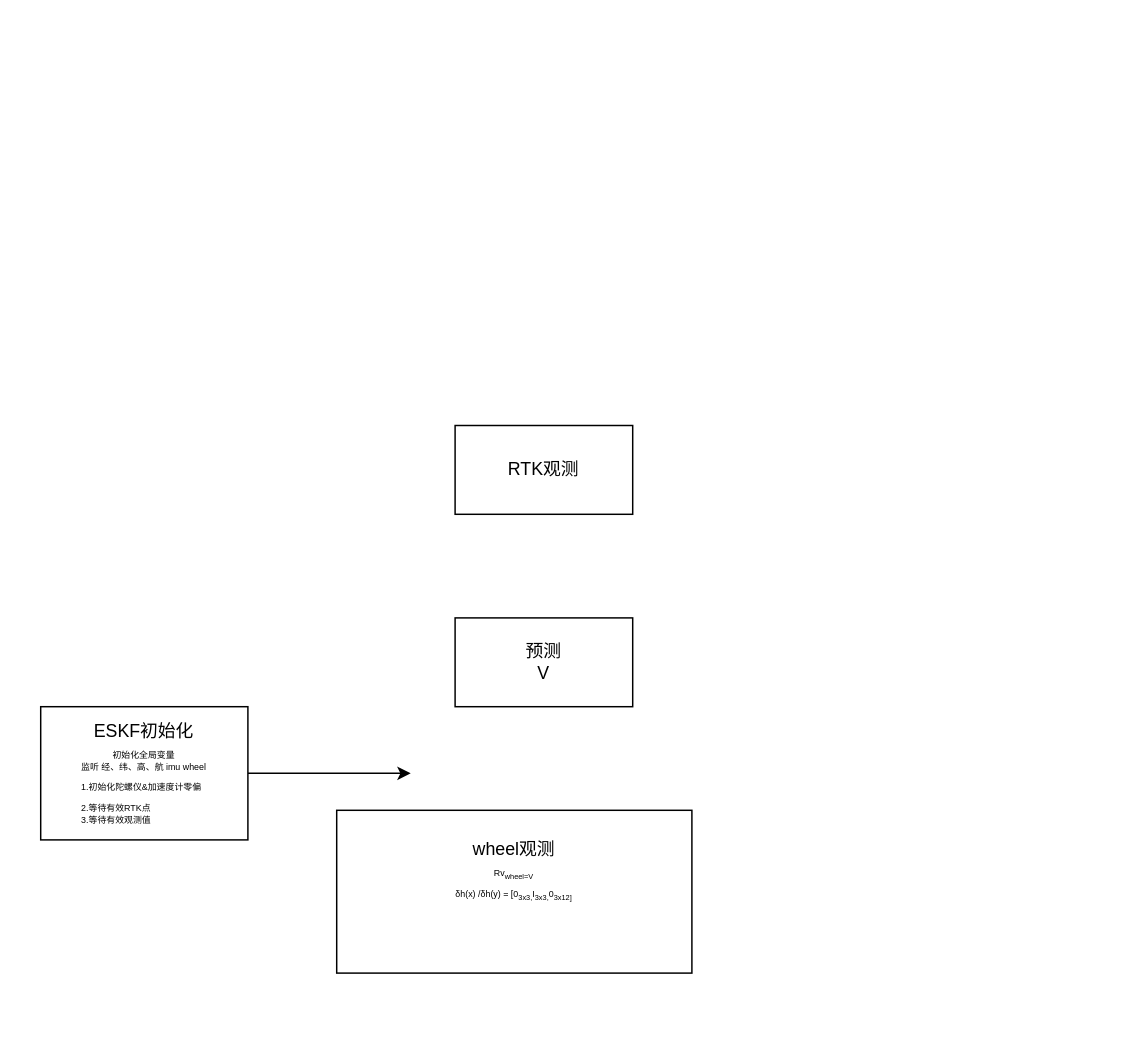
wqqhao123/cmake-demo keeps this draw.io diagram as Untitled Diagram.drawio. Above is the earlier version. Source tidied: cells renumbered, new cells numbered last; positions are measured from the earlier drawing's top-left corner, leaving out a move shared by most shapes. Both pictures are drawn from the tidied source at 148%, with x=0, y=0 at pixel (40, 425).
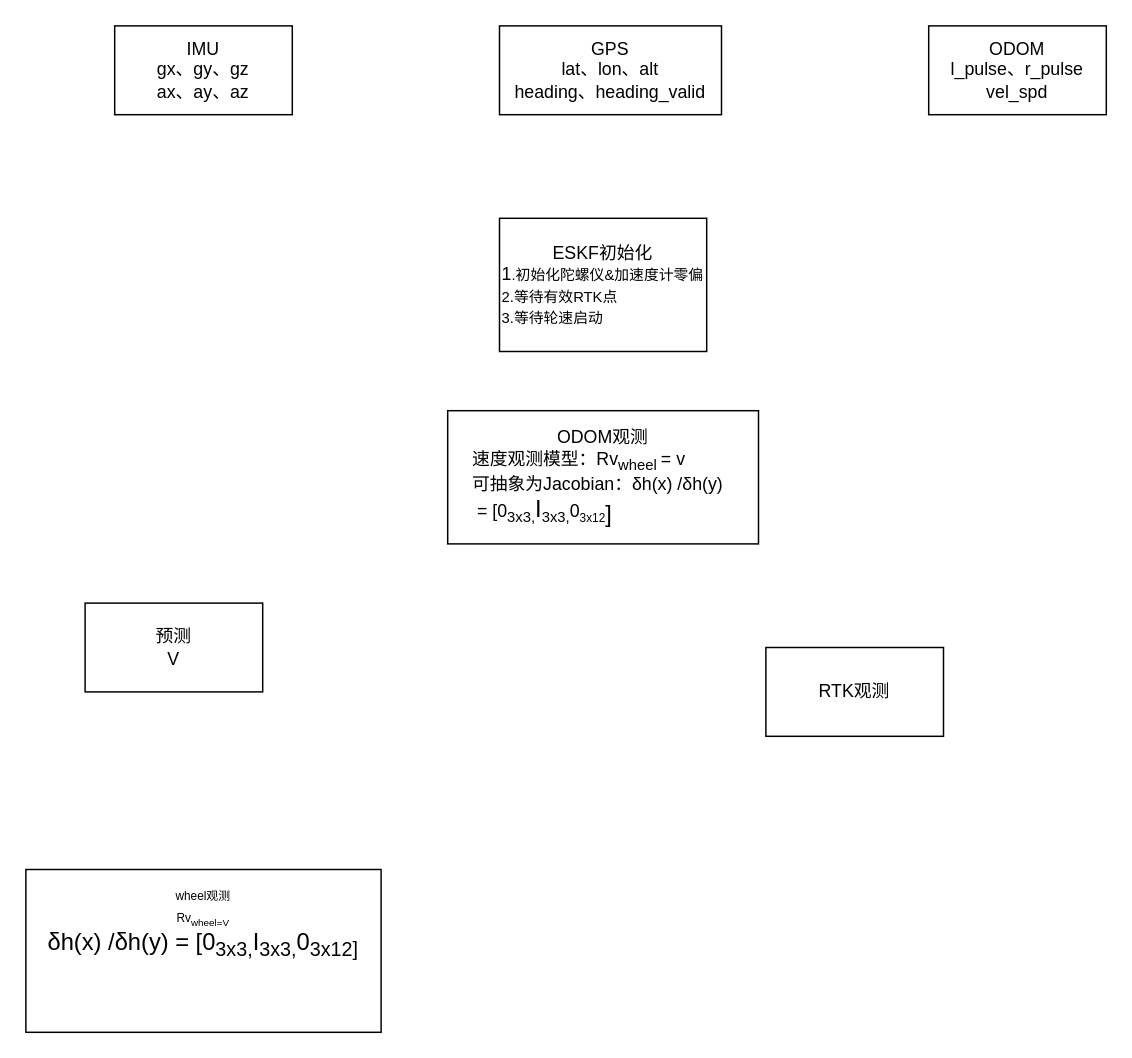
Above is the later version.

What changed in the source:
```diff
@@
 <mxGraphModel>
   <root>
     <mxCell id="0" />
     <mxCell id="1" parent="0" />
     <mxCell id="2" value="预测&lt;br&gt;V" style="rounded=0;whiteSpace=wrap;html=1;" parent="1" vertex="1">
-      <mxGeometry x="280" y="130" width="120" height="60" as="geometry" />
+      <mxGeometry x="30" y="120" width="120" height="60" as="geometry" />
     </mxCell>
     <mxCell id="3" value="RTK观测&lt;br&gt;" style="rounded=0;whiteSpace=wrap;html=1;" parent="1" vertex="1">
-      <mxGeometry x="280" width="120" height="60" as="geometry" />
+      <mxGeometry x="490" y="150" width="120" height="60" as="geometry" />
     </mxCell>
-    <mxCell id="4" value="wheel观测&lt;br&gt;&lt;font style=&quot;font-size: 6px;&quot;&gt;Rv&lt;sub&gt;wheel=V&lt;br&gt;&lt;/sub&gt;&lt;/font&gt;&lt;font style=&quot;font-size: 6px;&quot;&gt;δh(x) /δh(y) = [0&lt;sub&gt;3x3,&lt;/sub&gt;I&lt;sub style=&quot;border-color: var(--border-color);&quot;&gt;3x3,&lt;/sub&gt;&lt;span style=&quot;border-color: var(--border-color);&quot;&gt;0&lt;sub style=&quot;vertical-align: sub; border-color: var(--border-color);&quot;&gt;3x12&lt;/sub&gt;&lt;sub&gt;]&lt;/sub&gt;&lt;br&gt;&lt;/span&gt;&lt;sub&gt;&lt;br&gt;&lt;/sub&gt;&lt;br&gt;&lt;/font&gt;" style="rounded=0;whiteSpace=wrap;html=1;" parent="1" vertex="1">
-      <mxGeometry x="200" y="260" width="240" height="110" as="geometry" />
+    <mxCell id="4" value="&lt;font style=&quot;font-size: 8px;&quot;&gt;wheel观测&lt;br&gt;&lt;font style=&quot;&quot;&gt;Rv&lt;sub&gt;wheel=V&lt;br&gt;&lt;/sub&gt;&lt;/font&gt;&lt;/font&gt;&lt;font style=&quot;&quot;&gt;&lt;font size=&quot;3&quot;&gt;δh(x) /δh(y) = [0&lt;sub style=&quot;&quot;&gt;3x3,&lt;/sub&gt;I&lt;sub style=&quot;border-color: var(--border-color);&quot;&gt;3x3,&lt;/sub&gt;&lt;span style=&quot;border-color: var(--border-color);&quot;&gt;0&lt;sub style=&quot;vertical-align: sub; border-color: var(--border-color);&quot;&gt;3x12&lt;/sub&gt;&lt;sub&gt;]&lt;/sub&gt;&lt;br&gt;&lt;/span&gt;&lt;sub style=&quot;&quot;&gt;&lt;br&gt;&lt;/sub&gt;&lt;/font&gt;&lt;br&gt;&lt;/font&gt;" style="rounded=0;whiteSpace=wrap;html=1;" parent="1" vertex="1">
+      <mxGeometry x="-10" y="300" width="240" height="110" as="geometry" />
     </mxCell>
-    <mxCell id="5" style="edgeStyle=orthogonalEdgeStyle;rounded=0;jettySize=auto;html=1;" parent="1" edge="1" source="6">
-      <mxGeometry relative="1" as="geometry">
-        <mxPoint x="250" y="235" as="targetPoint" />
-      </mxGeometry>
-    </mxCell>
-    <mxCell id="6" value="ESKF初始化&lt;br&gt;&lt;font style=&quot;font-size: 6px;&quot;&gt;初始化全局变量&lt;br&gt;&lt;div style=&quot;text-align: left;&quot;&gt;&lt;span style=&quot;background-color: initial;&quot;&gt;监听 经、纬、高、航 imu wheel&lt;/span&gt;&lt;/div&gt;&lt;/font&gt;&lt;div style=&quot;text-align: left;&quot;&gt;&lt;font style=&quot;background-color: initial; font-size: 6px;&quot;&gt;1&lt;/font&gt;&lt;font style=&quot;background-color: initial;&quot;&gt;&lt;font style=&quot;font-size: 6px;&quot;&gt;.初始化陀螺仪&amp;amp;加速度计零偏&lt;/font&gt;&lt;/font&gt;&lt;/div&gt;&lt;font style=&quot;&quot;&gt;&lt;div style=&quot;text-align: left;&quot;&gt;&lt;span style=&quot;font-size: 6px; background-color: initial;&quot;&gt;2.等待有效RTK点&lt;/span&gt;&lt;/div&gt;&lt;span style=&quot;font-size: 6px;&quot;&gt;&lt;div style=&quot;text-align: left;&quot;&gt;&lt;span style=&quot;background-color: initial;&quot;&gt;3.等待有效观测值&lt;/span&gt;&lt;/div&gt;&lt;/span&gt;&lt;/font&gt;" style="rounded=0;whiteSpace=wrap;html=1;" parent="1" vertex="1">
-      <mxGeometry y="190" width="140" height="90" as="geometry" />
+    <mxCell id="6" value="ESKF初始化&lt;br&gt;&lt;div style=&quot;text-align: left;&quot;&gt;1&lt;font style=&quot;font-size: 10px;&quot;&gt;.初始化陀螺仪&amp;amp;加速度计零偏&lt;/font&gt;&lt;/div&gt;&lt;div style=&quot;text-align: left;&quot;&gt;&lt;font style=&quot;font-size: 10px;&quot;&gt;2.等待有效RTK点&lt;/font&gt;&lt;/div&gt;&lt;div style=&quot;text-align: left;&quot;&gt;&lt;font style=&quot;font-size: 10px;&quot;&gt;3.等待轮速启动&lt;/font&gt;&lt;/div&gt;" style="rounded=0;whiteSpace=wrap;html=1;" parent="1" vertex="1">
+      <mxGeometry x="310" y="-140" width="140" height="90" as="geometry" />
     </mxCell>
+    <mxCell id="7" value="IMU&lt;br&gt;gx、gy、gz&lt;br&gt;ax、ay、az" style="rounded=0;whiteSpace=wrap;html=1;" parent="1" vertex="1">
+      <mxGeometry x="50" y="-270" width="120" height="60" as="geometry" />
+    </mxCell>
+    <mxCell id="8" value="GPS&lt;br&gt;lat、lon、alt&lt;br&gt;heading、heading_valid" style="rounded=0;whiteSpace=wrap;html=1;" parent="1" vertex="1">
+      <mxGeometry x="310" y="-270" width="150" height="60" as="geometry" />
+    </mxCell>
+    <mxCell id="9" value="ODOM&lt;br&gt;l_pulse、r_pulse&lt;br&gt;vel_spd" style="rounded=0;whiteSpace=wrap;html=1;" parent="1" vertex="1">
+      <mxGeometry x="600" y="-270" width="120" height="60" as="geometry" />
+    </mxCell>
+    <mxCell id="10" value="ODOM观测&lt;br&gt;&lt;div style=&quot;text-align: left;&quot;&gt;&lt;span style=&quot;background-color: initial;&quot;&gt;速度观测模型：Rv&lt;/span&gt;&lt;sub style=&quot;background-color: initial;&quot;&gt;wheel &lt;/sub&gt;&lt;span style=&quot;background-color: initial;&quot;&gt;= v&lt;/span&gt;&lt;/div&gt;&lt;div style=&quot;text-align: left;&quot;&gt;&lt;span style=&quot;background-color: initial;&quot;&gt;可抽象为Jacobian：δh(x) /δh(y)&amp;nbsp;&amp;nbsp;&lt;/span&gt;&lt;/div&gt;&lt;div style=&quot;text-align: left;&quot;&gt;&lt;span style=&quot;background-color: initial;&quot;&gt;&amp;nbsp;= [0&lt;/span&gt;&lt;sub style=&quot;background-color: initial; border-color: var(--border-color);&quot;&gt;3x3,&lt;/sub&gt;&lt;span style=&quot;background-color: initial; font-size: medium;&quot;&gt;I&lt;/span&gt;&lt;sub style=&quot;background-color: initial; border-color: var(--border-color);&quot;&gt;3x3,&lt;/sub&gt;&lt;span style=&quot;background-color: initial; border-color: var(--border-color);&quot;&gt;0&lt;sub style=&quot;border-color: var(--border-color);&quot;&gt;&lt;font style=&quot;font-size: 8px;&quot;&gt;3x12&lt;/font&gt;&lt;/sub&gt;&lt;sub style=&quot;font-size: medium; border-color: var(--border-color);&quot;&gt;]&lt;/sub&gt;&lt;/span&gt;&lt;/div&gt;" style="rounded=0;whiteSpace=wrap;html=1;" parent="1" vertex="1">
+      <mxGeometry x="275" y="-10" width="210" height="90" as="geometry" />
+    </mxCell>
   </root>
 </mxGraphModel>
```
